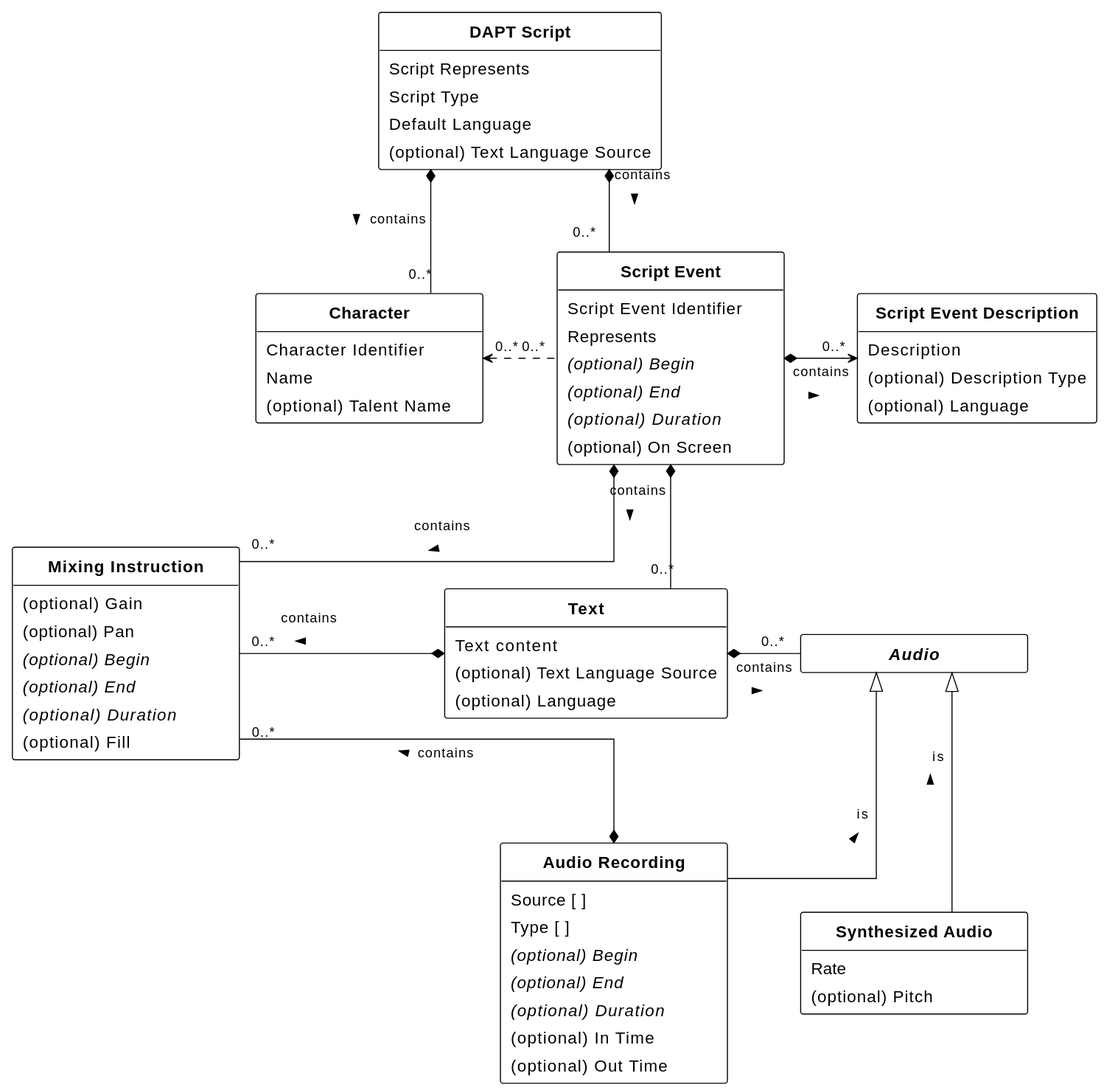
Above: figures/class-diagram.svg in w3c/dapt (PlantUML), before the change.
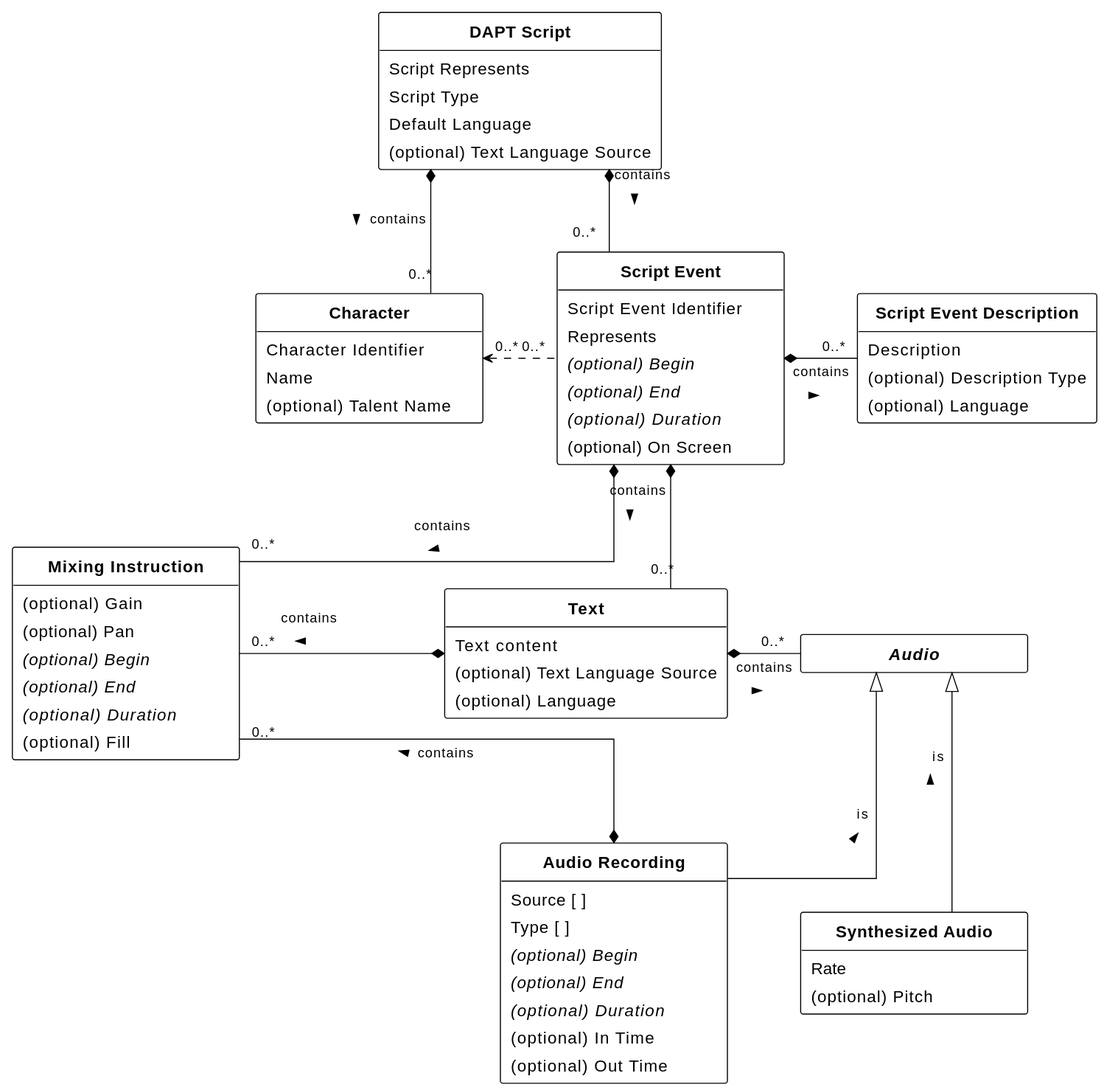
The same file after the commit.

The edit, as a diff of the source:
```diff
@@ -85,7 +85,7 @@
 Text *-left- "0..* " Audio : contains\n <
 Text *-- "0..* " MixingInstruction : contains\n >
 Character "0..*" <.right. "0..*" ScriptEvent
-ScriptEvent *-left> "0..*" ScriptEventDescription : contains\n <
+ScriptEvent *-left- "0..*" ScriptEventDescription : contains\n <
 ScriptEvent *-down- "0..*" Text : contains\n >
 AudioRecording *-- "0..* " MixingInstruction : contains >
 Audio <|-down- SynthesizedAudio : is\n <
```
